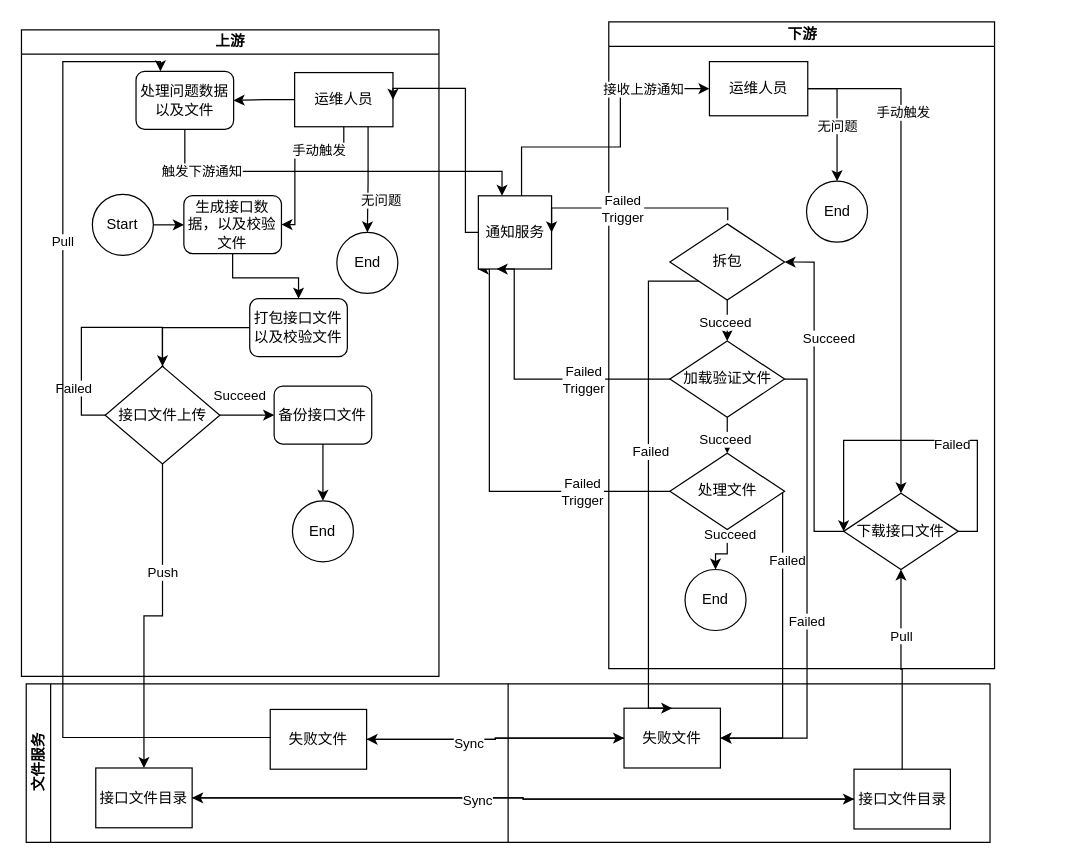
Above: 未命名绘图.drawio in lsj188/myPlugin (draw.io), before the change. Source tidied: cells renumbered, new cells numbered last; positions are measured from the earlier drawing's top-left corner, leaving out a move shared by most shapes. Both pictures are drawn from the tidied source at 122%, with x=0, y=0 at pixel (-94, 61).
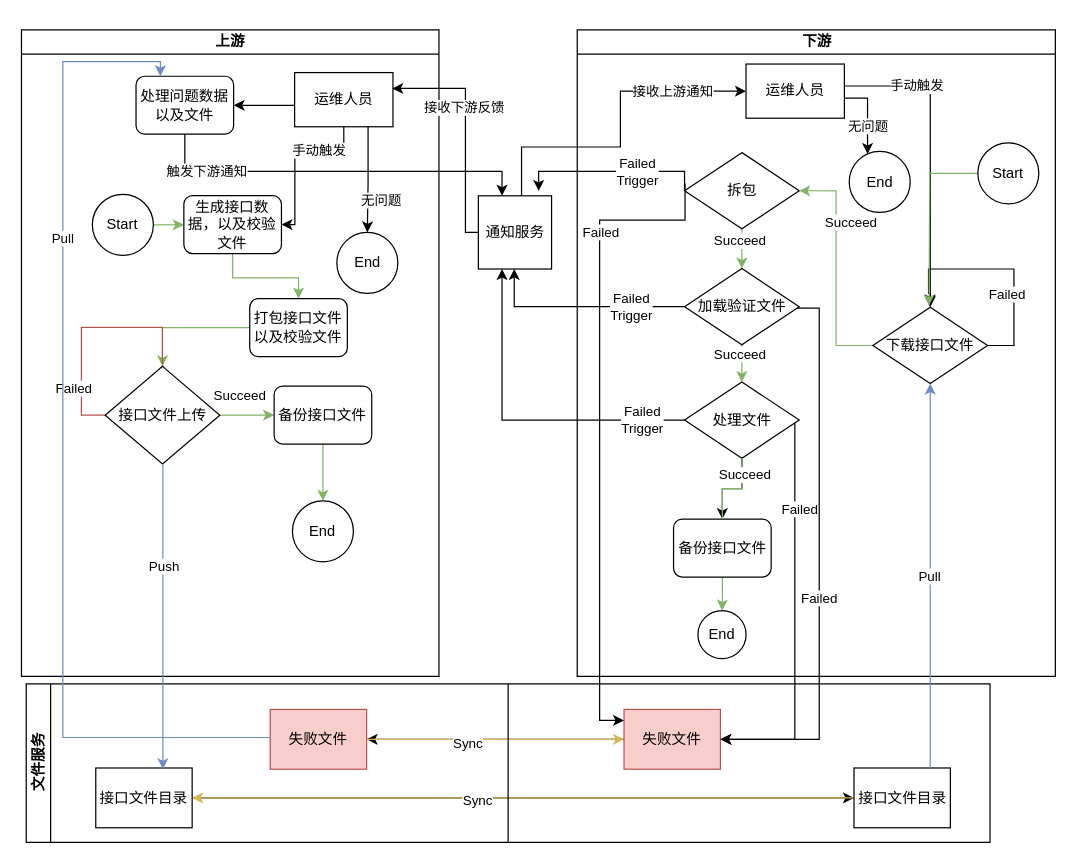
The same diagram, later.

Commit message (it also covers changes not shown here):
更新未命名绘图.drawio

The change refers to these unchanged cells:
```xml
<mxCell id="2" value="上游" style="swimlane;html=1;startSize=20;horizontal=0;rotation=90;" parent="1" vertex="1">
  <mxGeometry x="0.2" y="67.8" width="530" height="342.2" as="geometry" />
</mxCell>
<mxCell id="4" value="Start" style="ellipse;whiteSpace=wrap;html=1;" parent="2" vertex="1">
  <mxGeometry x="152" y="41" width="50" height="50" as="geometry" />
</mxCell>
<mxCell id="6" value="生成接口数据，以及校验文件" style="rounded=1;whiteSpace=wrap;html=1;" parent="2" vertex="1">
  <mxGeometry x="227" y="42" width="80" height="47.5" as="geometry" />
</mxCell>
<mxCell id="8" value="打包接口文件以及校验文件" style="rounded=1;whiteSpace=wrap;html=1;" parent="2" vertex="1">
  <mxGeometry x="281" y="126.5" width="80" height="47.5" as="geometry" />
</mxCell>
<mxCell id="13" value="接口文件上传" style="rhombus;whiteSpace=wrap;html=1;" parent="2" vertex="1">
  <mxGeometry x="162.5" y="182" width="94" height="80" as="geometry" />
</mxCell>
<mxCell id="15" value="备份接口文件" style="rounded=1;whiteSpace=wrap;html=1;" parent="2" vertex="1">
  <mxGeometry x="301" y="198.2" width="80" height="47.5" as="geometry" />
</mxCell>
<mxCell id="19" value="运维人员" style="rounded=0;whiteSpace=wrap;html=1;" parent="2" vertex="1">
  <mxGeometry x="317.8" y="-58.8" width="80.6" height="44.4" as="geometry" />
</mxCell>
<mxCell id="23" value="End" style="ellipse;whiteSpace=wrap;html=1;direction=south;" parent="2" vertex="1">
  <mxGeometry x="316" y="292.2" width="50" height="50" as="geometry" />
</mxCell>
<mxCell id="25" value="文件服务" style="swimlane;html=1;startSize=20;horizontal=0;rotation=0;" parent="1" vertex="1">
  <mxGeometry x="98" y="510" width="790" height="130" as="geometry" />
</mxCell>
<mxCell id="27" value="接口文件目录" style="rounded=0;whiteSpace=wrap;html=1;" parent="25" vertex="1">
  <mxGeometry x="57" y="69" width="79" height="49" as="geometry" />
</mxCell>
<mxCell id="69" value="通知服务" style="whiteSpace=wrap;html=1;" parent="1" vertex="1">
  <mxGeometry x="468.6" y="110" width="60" height="60" as="geometry" />
</mxCell>
```

What changed in the source:
```diff
@@
-    <mxCell id="3" style="edgeStyle=orthogonalEdgeStyle;rounded=0;jettySize=auto;html=1;exitX=1;exitY=0.5;exitDx=0;exitDy=0;entryX=0;entryY=0.5;entryDx=0;entryDy=0;" parent="2" edge="1" source="4" target="6">
+    <mxCell id="3" style="edgeStyle=orthogonalEdgeStyle;rounded=0;jettySize=auto;html=1;exitX=1;exitY=0.5;exitDx=0;exitDy=0;entryX=0;entryY=0.5;entryDx=0;entryDy=0;fillColor=#d5e8d4;strokeColor=#82b366;" parent="2" edge="1" source="4" target="6">
       <mxGeometry relative="1" as="geometry" />
     </mxCell>
@@
-    <mxCell id="5" style="edgeStyle=orthogonalEdgeStyle;rounded=0;jettySize=auto;html=1;exitX=0.5;exitY=1;exitDx=0;exitDy=0;entryX=0.5;entryY=0;entryDx=0;entryDy=0;" parent="2" edge="1" source="6" target="8">
+    <mxCell id="5" style="edgeStyle=orthogonalEdgeStyle;rounded=0;jettySize=auto;html=1;exitX=0.5;exitY=1;exitDx=0;exitDy=0;entryX=0.5;entryY=0;entryDx=0;entryDy=0;fillColor=#d5e8d4;strokeColor=#82b366;" parent="2" edge="1" source="6" target="8">
       <mxGeometry relative="1" as="geometry" />
     </mxCell>
@@
-    <mxCell id="7" style="edgeStyle=orthogonalEdgeStyle;rounded=0;jettySize=auto;html=1;entryX=0.5;entryY=0;entryDx=0;entryDy=0;" parent="2" edge="1" source="8" target="13">
+    <mxCell id="7" style="edgeStyle=orthogonalEdgeStyle;rounded=0;jettySize=auto;html=1;entryX=0.5;entryY=0;entryDx=0;entryDy=0;fillColor=#d5e8d4;strokeColor=#82b366;" parent="2" edge="1" source="8" target="13">
       <mxGeometry relative="1" as="geometry" />
     </mxCell>
@@
-    <mxCell id="9" style="edgeStyle=orthogonalEdgeStyle;rounded=0;jettySize=auto;html=1;entryX=0;entryY=0.5;entryDx=0;entryDy=0;" parent="2" edge="1" source="13" target="15">
+    <mxCell id="9" style="edgeStyle=orthogonalEdgeStyle;rounded=0;jettySize=auto;html=1;entryX=0;entryY=0.5;entryDx=0;entryDy=0;fillColor=#d5e8d4;strokeColor=#82b366;" parent="2" edge="1" source="13" target="15">
       <mxGeometry relative="1" as="geometry" />
     </mxCell>
@@
-    <mxCell id="11" style="edgeStyle=orthogonalEdgeStyle;rounded=0;orthogonalLoop=1;jettySize=auto;html=1;entryX=0.5;entryY=0;entryDx=0;entryDy=0;" parent="2" edge="1">
+    <mxCell id="11" style="edgeStyle=orthogonalEdgeStyle;rounded=0;orthogonalLoop=1;jettySize=auto;html=1;entryX=0.5;entryY=0;entryDx=0;entryDy=0;fillColor=#f8cecc;strokeColor=#b85450;" parent="2" edge="1">
       <mxGeometry relative="1" as="geometry">
         <mxPoint x="209.4" y="180" as="sourcePoint" />
         <mxPoint x="209.5" y="180" as="targetPoint" />
         <Array as="points">
           <mxPoint x="209" y="150" />
           <mxPoint x="143" y="150" />
           <mxPoint x="143" y="222" />
           <mxPoint x="209" y="222" />
         </Array>
       </mxGeometry>
     </mxCell>
@@
-    <mxCell id="14" style="edgeStyle=orthogonalEdgeStyle;rounded=0;jettySize=auto;html=1;" parent="2" edge="1" source="15" target="23">
+    <mxCell id="14" style="edgeStyle=orthogonalEdgeStyle;rounded=0;jettySize=auto;html=1;fillColor=#d5e8d4;strokeColor=#82b366;" parent="2" edge="1" source="15" target="23">
       <mxGeometry relative="1" as="geometry" />
     </mxCell>
@@
     <mxCell id="16" style="edgeStyle=orthogonalEdgeStyle;rounded=0;jettySize=auto;html=1;" parent="2" edge="1" source="19" target="22">
-      <mxGeometry relative="1" as="geometry" />
+      <mxGeometry relative="1" as="geometry">
+        <Array as="points">
+          <mxPoint x="308" y="-32" />
+          <mxPoint x="308" y="-32" />
+        </Array>
+      </mxGeometry>
     </mxCell>
@@
     <mxCell id="22" value="处理问题数据以及文件" style="rounded=1;whiteSpace=wrap;html=1;" parent="2" vertex="1">
-      <mxGeometry x="187.8" y="-59.8" width="80" height="47.5" as="geometry" />
+      <mxGeometry x="187.8" y="-55.8" width="80" height="47.5" as="geometry" />
     </mxCell>
@@
-    <mxCell id="28" style="edgeStyle=orthogonalEdgeStyle;rounded=0;jettySize=auto;html=1;entryX=1;entryY=0.5;entryDx=0;entryDy=0;" parent="25" edge="1" source="30" target="27">
+    <mxCell id="28" style="edgeStyle=orthogonalEdgeStyle;rounded=0;jettySize=auto;html=1;entryX=1;entryY=0.5;entryDx=0;entryDy=0;fillColor=#fff2cc;strokeColor=#d6b656;" parent="25" edge="1" source="30" target="27">
       <mxGeometry relative="1" as="geometry" />
     </mxCell>
@@
     <mxCell id="30" value="接口文件目录" style="rounded=0;whiteSpace=wrap;html=1;" parent="25" vertex="1">
-      <mxGeometry x="678.5" y="70" width="79" height="49" as="geometry" />
+      <mxGeometry x="678.5" y="69" width="79" height="49" as="geometry" />
     </mxCell>
@@
-    <mxCell id="32" value="失败文件" style="rounded=0;whiteSpace=wrap;html=1;" parent="25" vertex="1">
-      <mxGeometry x="490" y="20" width="79" height="49" as="geometry" />
+    <mxCell id="32" value="失败文件" style="rounded=0;whiteSpace=wrap;html=1;fillColor=#f8cecc;strokeColor=#b85450;" parent="25" vertex="1">
+      <mxGeometry x="490" y="21" width="79" height="49" as="geometry" />
     </mxCell>
-    <mxCell id="33" style="edgeStyle=orthogonalEdgeStyle;rounded=0;jettySize=auto;html=1;entryX=0;entryY=0.5;entryDx=0;entryDy=0;" parent="25" edge="1" source="35" target="32">
+    <mxCell id="33" style="edgeStyle=orthogonalEdgeStyle;rounded=0;jettySize=auto;html=1;entryX=0;entryY=0.5;entryDx=0;entryDy=0;fillColor=#fff2cc;strokeColor=#d6b656;" parent="25" edge="1" source="35" target="32">
       <mxGeometry relative="1" as="geometry" />
     </mxCell>
@@
-    <mxCell id="35" value="失败文件" style="rounded=0;whiteSpace=wrap;html=1;" parent="25" vertex="1">
+    <mxCell id="35" value="失败文件" style="rounded=0;whiteSpace=wrap;html=1;fillColor=#f8cecc;strokeColor=#b85450;" parent="25" vertex="1">
       <mxGeometry x="200" y="21" width="79" height="49" as="geometry" />
     </mxCell>
     <mxCell id="36" value="下游" style="swimlane;html=1;startSize=20;horizontal=0;rotation=90;" parent="1" vertex="1">
-      <mxGeometry x="468.6" y="74.4" width="530" height="316.2" as="geometry" />
+      <mxGeometry x="480.6" y="43" width="530" height="391.9" as="geometry" />
     </mxCell>
-    <mxCell id="37" style="edgeStyle=orthogonalEdgeStyle;rounded=0;jettySize=auto;html=1;" parent="36" edge="1" source="39" target="47">
+    <mxCell id="37" style="edgeStyle=orthogonalEdgeStyle;rounded=0;jettySize=auto;html=1;fillColor=#d5e8d4;strokeColor=#82b366;" parent="36" edge="1" source="39" target="47">
       <mxGeometry relative="1" as="geometry" />
     </mxCell>
     <mxCell id="38" value="Succeed" style="edgeLabel;html=1;align=center;verticalAlign=middle;" parent="37" vertex="1">
-      <mxGeometry x="0.34" y="-2" relative="1" as="geometry" />
+      <mxGeometry x="0.34" y="-2" relative="1" as="geometry">
+        <mxPoint y="-8" as="offset" />
+      </mxGeometry>
     </mxCell>
     <mxCell id="39" value="拆包" style="rhombus;whiteSpace=wrap;html=1;" parent="36" vertex="1">
-      <mxGeometry x="157" y="58.6" width="94" height="62.5" as="geometry" />
+      <mxGeometry x="157" y="31.6" width="94" height="62.5" as="geometry" />
     </mxCell>
-    <mxCell id="40" style="edgeStyle=orthogonalEdgeStyle;rounded=0;jettySize=auto;html=1;entryX=1;entryY=0.5;entryDx=0;entryDy=0;" parent="36" edge="1" source="42" target="39">
+    <mxCell id="40" style="edgeStyle=orthogonalEdgeStyle;rounded=0;jettySize=auto;html=1;entryX=1;entryY=0.5;entryDx=0;entryDy=0;fillColor=#d5e8d4;strokeColor=#82b366;" parent="36" edge="1" source="42" target="39">
       <mxGeometry relative="1" as="geometry" />
     </mxCell>
@@
     <mxCell id="42" value="下载接口文件" style="rhombus;whiteSpace=wrap;html=1;" parent="36" vertex="1">
-      <mxGeometry x="299.4" y="279.4" width="94" height="62.5" as="geometry" />
+      <mxGeometry x="311.4" y="158.4" width="94" height="62.5" as="geometry" />
     </mxCell>
-    <mxCell id="43" style="edgeStyle=orthogonalEdgeStyle;rounded=0;orthogonalLoop=1;jettySize=auto;html=1;entryX=0;entryY=0.5;entryDx=0;entryDy=0;" parent="36" edge="1" source="42" target="42">
+    <mxCell id="43" style="edgeStyle=orthogonalEdgeStyle;rounded=0;jettySize=auto;html=1;" parent="36" edge="1" source="42">
       <mxGeometry relative="1" as="geometry">
+        <mxPoint x="358.4" y="157" as="targetPoint" />
         <Array as="points">
-          <mxPoint x="409" y="311" />
-          <mxPoint x="409" y="236" />
-          <mxPoint x="299" y="236" />
+          <mxPoint x="427" y="190" />
+          <mxPoint x="427" y="127" />
+          <mxPoint x="357" y="127" />
+          <mxPoint x="357" y="147" />
+          <mxPoint x="358" y="147" />
         </Array>
       </mxGeometry>
     </mxCell>
     <mxCell id="44" value="Failed" style="edgeLabel;html=1;align=center;verticalAlign=middle;" parent="43" vertex="1">
       <mxGeometry x="0.3" relative="1" as="geometry">
-        <mxPoint x="68" y="3" as="offset" />
+        <mxPoint x="31" y="20" as="offset" />
       </mxGeometry>
     </mxCell>
-    <mxCell id="45" style="edgeStyle=orthogonalEdgeStyle;rounded=0;jettySize=auto;html=1;" parent="36" edge="1" source="47" target="52">
+    <mxCell id="45" style="edgeStyle=orthogonalEdgeStyle;rounded=0;jettySize=auto;html=1;fillColor=#d5e8d4;strokeColor=#82b366;" parent="36" edge="1" source="47" target="52">
       <mxGeometry relative="1" as="geometry" />
     </mxCell>
     <mxCell id="46" value="Succeed" style="edgeLabel;html=1;align=center;verticalAlign=middle;" parent="45" vertex="1">
-      <mxGeometry x="-0.29" y="-2" relative="1" as="geometry" />
+      <mxGeometry x="-0.29" y="-2" relative="1" as="geometry">
+        <mxPoint y="-11" as="offset" />
+      </mxGeometry>
     </mxCell>
     <mxCell id="47" value="加载验证文件" style="rhombus;whiteSpace=wrap;html=1;" parent="36" vertex="1">
-      <mxGeometry x="157" y="154.6" width="94" height="62.5" as="geometry" />
+      <mxGeometry x="157" y="126.6" width="94" height="62.5" as="geometry" />
     </mxCell>
-    <mxCell id="48" style="edgeStyle=orthogonalEdgeStyle;rounded=0;jettySize=auto;html=1;" parent="36" edge="1" source="52" target="53">
+    <mxCell id="48" style="edgeStyle=orthogonalEdgeStyle;rounded=0;jettySize=auto;html=1;startArrow=none;fillColor=#d5e8d4;strokeColor=#82b366;" parent="36" edge="1" source="84" target="53">
       <mxGeometry relative="1" as="geometry" />
     </mxCell>
-    <mxCell id="49" value="Succeed" style="edgeLabel;html=1;align=center;verticalAlign=middle;" parent="48" vertex="1">
-      <mxGeometry x="-0.28" y="1" relative="1" as="geometry">
-        <mxPoint x="1" y="-11" as="offset" />
-      </mxGeometry>
-    </mxCell>
-    <mxCell id="50" style="edgeStyle=orthogonalEdgeStyle;rounded=0;jettySize=auto;html=1;" parent="36" edge="1" source="52">
-      <mxGeometry relative="1" as="geometry">
-        <mxPoint x="-0.6" y="95.6" as="targetPoint" />
-        <Array as="points">
-          <mxPoint x="9" y="278" />
-          <mxPoint x="9" y="96" />
-        </Array>
-      </mxGeometry>
-    </mxCell>
-    <mxCell id="51" value="Failed&lt;br style=&quot;border-color: var(--border-color);&quot;&gt;Trigger" style="edgeLabel;html=1;align=center;verticalAlign=middle;" parent="50" vertex="1">
-      <mxGeometry x="-0.33" y="-1" relative="1" as="geometry">
-        <mxPoint x="42" y="1" as="offset" />
-      </mxGeometry>
-    </mxCell>
+    <mxCell id="83" style="edgeStyle=orthogonalEdgeStyle;rounded=0;jettySize=auto;html=1;" parent="36" edge="1" source="52" target="84">
+      <mxGeometry relative="1" as="geometry" />
+    </mxCell>
     <mxCell id="52" value="处理文件" style="rhombus;whiteSpace=wrap;html=1;" parent="36" vertex="1">
-      <mxGeometry x="157" y="246.6" width="94" height="62.5" as="geometry" />
+      <mxGeometry x="157" y="219.6" width="94" height="62.5" as="geometry" />
     </mxCell>
     <mxCell id="53" value="End" style="ellipse;whiteSpace=wrap;html=1;direction=south;" parent="36" vertex="1">
-      <mxGeometry x="169.4" y="341.9" width="50" height="50" as="geometry" />
+      <mxGeometry x="168" y="407" width="39.4" height="39.4" as="geometry" />
     </mxCell>
     <mxCell id="54" style="edgeStyle=orthogonalEdgeStyle;rounded=0;jettySize=auto;html=1;entryX=0.5;entryY=0;entryDx=0;entryDy=0;" parent="36" edge="1" source="58" target="42">
       <mxGeometry relative="1" as="geometry">
         <Array as="points">
-          <mxPoint x="346" y="-52" />
+          <mxPoint x="358" y="-23" />
         </Array>
       </mxGeometry>
     </mxCell>
@@
     <mxCell id="56" style="edgeStyle=orthogonalEdgeStyle;rounded=0;jettySize=auto;html=1;" parent="36" edge="1" source="58" target="59">
       <mxGeometry relative="1" as="geometry">
         <Array as="points">
-          <mxPoint x="294" y="-52" />
+          <mxPoint x="307" y="-13" />
         </Array>
       </mxGeometry>
     </mxCell>
@@
     <mxCell id="58" value="运维人员" style="rounded=0;whiteSpace=wrap;html=1;" parent="36" vertex="1">
-      <mxGeometry x="189.4" y="-74.4" width="80.6" height="44.4" as="geometry" />
+      <mxGeometry x="207.4" y="-41" width="80.6" height="44.4" as="geometry" />
     </mxCell>
     <mxCell id="59" value="End" style="ellipse;whiteSpace=wrap;html=1;direction=south;" parent="36" vertex="1">
-      <mxGeometry x="269" y="23.6" width="50" height="50" as="geometry" />
+      <mxGeometry x="292" y="30.6" width="50" height="50" as="geometry" />
     </mxCell>
+    <mxCell id="84" value="备份接口文件" style="rounded=1;whiteSpace=wrap;html=1;" parent="36" vertex="1">
+      <mxGeometry x="148" y="332" width="80" height="47.5" as="geometry" />
+    </mxCell>
+    <mxCell id="85" style="edgeStyle=orthogonalEdgeStyle;rounded=0;jettySize=auto;html=1;endArrow=none;fillColor=#d5e8d4;strokeColor=#82b366;" parent="36" edge="1" source="52" target="84">
+      <mxGeometry relative="1" as="geometry" />
+    </mxCell>
+    <mxCell id="49" value="Succeed" style="edgeLabel;html=1;align=center;verticalAlign=middle;" parent="85" vertex="1">
+      <mxGeometry x="-0.28" y="1" relative="1" as="geometry">
+        <mxPoint x="1" y="-11" as="offset" />
+      </mxGeometry>
+    </mxCell>
+    <mxCell id="86" style="edgeStyle=orthogonalEdgeStyle;rounded=0;jettySize=auto;html=1;fillColor=#d5e8d4;strokeColor=#82b366;" parent="36" edge="1" source="87">
+      <mxGeometry relative="1" as="geometry">
+        <mxPoint x="357.4" y="157" as="targetPoint" />
+      </mxGeometry>
+    </mxCell>
+    <mxCell id="87" value="Start" style="ellipse;whiteSpace=wrap;html=1;" parent="36" vertex="1">
+      <mxGeometry x="397.4" y="23.6" width="50" height="50" as="geometry" />
+    </mxCell>
-    <mxCell id="60" style="edgeStyle=orthogonalEdgeStyle;rounded=0;jettySize=auto;html=1;entryX=0.5;entryY=0;entryDx=0;entryDy=0;" parent="1" edge="1" source="13" target="27">
-      <mxGeometry relative="1" as="geometry" />
+    <mxCell id="60" style="edgeStyle=orthogonalEdgeStyle;rounded=0;jettySize=auto;html=1;fillColor=#dae8fc;strokeColor=#6c8ebf;" parent="1" edge="1" source="13">
+      <mxGeometry relative="1" as="geometry">
+        <mxPoint x="210" y="580" as="targetPoint" />
+        <Array as="points">
+          <mxPoint x="210" y="579" />
+        </Array>
+      </mxGeometry>
     </mxCell>
@@
-    <mxCell id="62" style="edgeStyle=orthogonalEdgeStyle;rounded=0;jettySize=auto;html=1;entryX=0.5;entryY=1;entryDx=0;entryDy=0;" parent="1" edge="1" source="30" target="42">
-      <mxGeometry relative="1" as="geometry" />
+    <mxCell id="62" style="edgeStyle=orthogonalEdgeStyle;rounded=0;jettySize=auto;html=1;entryX=0.5;entryY=1;entryDx=0;entryDy=0;fillColor=#dae8fc;strokeColor=#6c8ebf;" parent="1" edge="1" source="30" target="42">
+      <mxGeometry relative="1" as="geometry">
+        <Array as="points">
+          <mxPoint x="839" y="500" />
+          <mxPoint x="839" y="500" />
+        </Array>
+      </mxGeometry>
     </mxCell>
@@
-    <mxCell id="64" style="edgeStyle=orthogonalEdgeStyle;rounded=0;jettySize=auto;html=1;entryX=0.5;entryY=0;entryDx=0;entryDy=0;" parent="1" edge="1" source="39" target="32">
+    <mxCell id="64" style="edgeStyle=orthogonalEdgeStyle;rounded=0;orthogonalLoop=1;jettySize=auto;html=1;" parent="1" edge="1">
       <mxGeometry relative="1" as="geometry">
+        <mxPoint x="638" y="100" as="sourcePoint" />
+        <mxPoint x="588" y="540" as="targetPoint" />
         <Array as="points">
-          <mxPoint x="608" y="180" />
-          <mxPoint x="608" y="530" />
+          <mxPoint x="638" y="130" />
+          <mxPoint x="568" y="130" />
+          <mxPoint x="568" y="540" />
         </Array>
       </mxGeometry>
     </mxCell>
     <mxCell id="65" value="Failed" style="edgeLabel;html=1;align=center;verticalAlign=middle;" parent="64" vertex="1">
       <mxGeometry x="-0.22" y="1" relative="1" as="geometry">
-        <mxPoint y="21" as="offset" />
+        <mxPoint x="-1" y="-98" as="offset" />
       </mxGeometry>
     </mxCell>
     <mxCell id="66" style="edgeStyle=orthogonalEdgeStyle;rounded=0;jettySize=auto;html=1;entryX=0;entryY=0.5;entryDx=0;entryDy=0;" parent="1" edge="1" source="69" target="58">
       <mxGeometry relative="1" as="geometry">
         <Array as="points">
           <mxPoint x="504" y="70" />
           <mxPoint x="585" y="70" />
-          <mxPoint x="585" y="22" />
+          <mxPoint x="585" y="24" />
         </Array>
       </mxGeometry>
     </mxCell>
@@
-    <mxCell id="68" style="edgeStyle=orthogonalEdgeStyle;rounded=0;jettySize=auto;html=1;entryX=1;entryY=0.5;entryDx=0;entryDy=0;" parent="1" edge="1" source="69" target="19">
+    <mxCell id="68" style="edgeStyle=orthogonalEdgeStyle;rounded=0;jettySize=auto;html=1;" parent="1" edge="1" source="69">
       <mxGeometry relative="1" as="geometry">
+        <mxPoint x="398" y="22" as="targetPoint" />
         <Array as="points">
           <mxPoint x="458" y="140" />
           <mxPoint x="458" y="22" />
         </Array>
       </mxGeometry>
     </mxCell>
+    <mxCell id="88" value="接收下游反馈" style="edgeLabel;html=1;align=center;verticalAlign=middle;" parent="68" vertex="1">
+      <mxGeometry x="0.2" y="2" relative="1" as="geometry" />
+    </mxCell>
@@
-    <mxCell id="70" style="edgeStyle=orthogonalEdgeStyle;rounded=0;jettySize=auto;html=1;entryX=1;entryY=0.5;entryDx=0;entryDy=0;" parent="1" edge="1" target="69">
+    <mxCell id="70" style="edgeStyle=orthogonalEdgeStyle;rounded=0;jettySize=auto;html=1;exitX=0;exitY=0.5;exitDx=0;exitDy=0;" parent="1" edge="1" source="39">
       <mxGeometry relative="1" as="geometry">
-        <mxPoint x="673" y="130" as="sourcePoint" />
+        <mxPoint x="518" y="106" as="targetPoint" />
         <Array as="points">
-          <mxPoint x="673" y="120" />
-          <mxPoint x="529" y="120" />
+          <mxPoint x="638" y="90" />
+          <mxPoint x="518" y="90" />
         </Array>
       </mxGeometry>
     </mxCell>
     <mxCell id="71" value="Failed&lt;br&gt;Trigger" style="edgeLabel;html=1;align=center;verticalAlign=middle;" parent="70" vertex="1">
       <mxGeometry x="0.19" y="1" relative="1" as="geometry">
-        <mxPoint x="7" y="-1" as="offset" />
+        <mxPoint x="35" y="-1" as="offset" />
       </mxGeometry>
     </mxCell>
-    <mxCell id="72" style="edgeStyle=orthogonalEdgeStyle;rounded=0;jettySize=auto;html=1;entryX=0.25;entryY=1;entryDx=0;entryDy=0;" parent="1" edge="1" source="47" target="69">
+    <mxCell id="72" style="edgeStyle=orthogonalEdgeStyle;rounded=0;jettySize=auto;html=1;" parent="1" edge="1" source="47">
       <mxGeometry relative="1" as="geometry">
+        <mxPoint x="498" y="170" as="targetPoint" />
         <Array as="points">
-          <mxPoint x="498" y="260" />
-          <mxPoint x="498" y="170" />
+          <mxPoint x="498" y="200" />
         </Array>
       </mxGeometry>
     </mxCell>
     <mxCell id="73" value="Failed&lt;br style=&quot;border-color: var(--border-color);&quot;&gt;Trigger" style="edgeLabel;html=1;align=center;verticalAlign=middle;" parent="72" vertex="1">
       <mxGeometry x="-0.23" y="-2" relative="1" as="geometry">
-        <mxPoint x="18" y="2" as="offset" />
+        <mxPoint x="22" y="2" as="offset" />
       </mxGeometry>
     </mxCell>
     <mxCell id="74" style="edgeStyle=orthogonalEdgeStyle;rounded=0;jettySize=auto;html=1;entryX=1;entryY=0.5;entryDx=0;entryDy=0;" parent="1" edge="1" source="52" target="32">
       <mxGeometry relative="1" as="geometry">
         <Array as="points">
-          <mxPoint x="718" y="554" />
+          <mxPoint x="728" y="555" />
         </Array>
       </mxGeometry>
     </mxCell>
@@
     <mxCell id="76" style="edgeStyle=orthogonalEdgeStyle;rounded=0;jettySize=auto;html=1;entryX=1;entryY=0.5;entryDx=0;entryDy=0;" parent="1" edge="1" source="47" target="32">
       <mxGeometry relative="1" as="geometry">
         <Array as="points">
-          <mxPoint x="738" y="260" />
-          <mxPoint x="738" y="555" />
+          <mxPoint x="748" y="202" />
+          <mxPoint x="748" y="555" />
         </Array>
       </mxGeometry>
     </mxCell>
@@
-    <mxCell id="78" style="edgeStyle=orthogonalEdgeStyle;rounded=0;jettySize=auto;html=1;entryX=0.25;entryY=0;entryDx=0;entryDy=0;" parent="1" edge="1" source="35" target="22">
+    <mxCell id="78" style="edgeStyle=orthogonalEdgeStyle;rounded=0;jettySize=auto;html=1;entryX=0.25;entryY=0;entryDx=0;entryDy=0;fillColor=#dae8fc;strokeColor=#6c8ebf;" parent="1" edge="1" source="35" target="22">
       <mxGeometry relative="1" as="geometry">
         <Array as="points">
           <mxPoint x="128" y="554" />
           <mxPoint x="128" />
           <mxPoint x="208" />
         </Array>
       </mxGeometry>
     </mxCell>
@@
+    <mxCell id="50" style="edgeStyle=orthogonalEdgeStyle;rounded=0;jettySize=auto;html=1;" parent="1" edge="1" source="52">
+      <mxGeometry relative="1" as="geometry">
+        <mxPoint x="488" y="170" as="targetPoint" />
+        <Array as="points">
+          <mxPoint x="488" y="294" />
+        </Array>
+      </mxGeometry>
+    </mxCell>
+    <mxCell id="51" value="Failed&lt;br style=&quot;border-color: var(--border-color);&quot;&gt;Trigger" style="edgeLabel;html=1;align=center;verticalAlign=middle;" parent="50" vertex="1">
+      <mxGeometry x="-0.33" y="-1" relative="1" as="geometry">
+        <mxPoint x="57" y="1" as="offset" />
+      </mxGeometry>
+    </mxCell>
```
